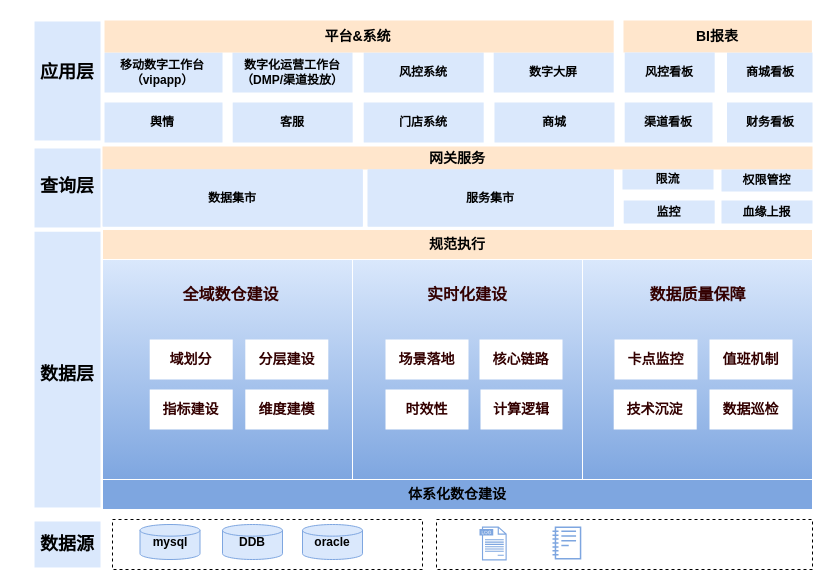
The draw.io diagram 流量模型设计.drawio in mineminemine123/work-wiki, before the edit. Source tidied: cells renumbered, new cells numbered last; positions are measured from the earlier drawing's top-left corner, leaving out a move shared by most shapes. Both pictures are drawn from the tidied source at 100%, with x=0, y=0 at pixel (17, 19).
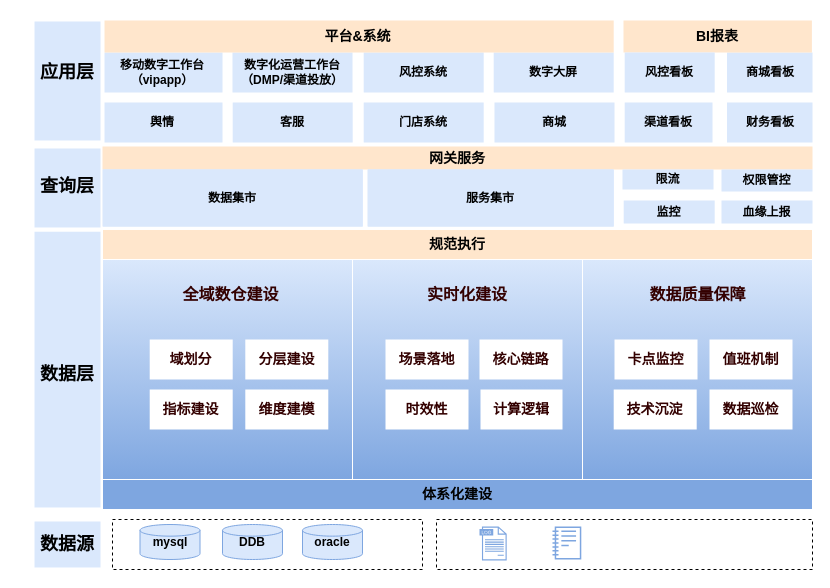
Above is the later version.

Commit message:
更新流量模型设计.drawio

The edit, as a diff of the source:
```diff
@@
-    <mxCell id="33" value="&lt;span&gt;&lt;font style=&quot;font-size: 14px;&quot;&gt;体系化数仓建设&lt;/font&gt;&lt;/span&gt;" style="rounded=0;whiteSpace=wrap;html=1;fillStyle=auto;strokeColor=#FFFFFF;strokeWidth=1;fontFamily=微软雅黑;fillColor=#7EA6E0;fontStyle=1;" parent="1" vertex="1">
+    <mxCell id="33" value="&lt;span&gt;&lt;font style=&quot;font-size: 14px;&quot;&gt;体系化建设&lt;/font&gt;&lt;/span&gt;" style="rounded=0;whiteSpace=wrap;html=1;fillStyle=auto;strokeColor=#FFFFFF;strokeWidth=1;fontFamily=微软雅黑;fillColor=#7EA6E0;fontStyle=1;" parent="1" vertex="1">
       <mxGeometry x="85" y="460" width="710" height="30" as="geometry" />
     </mxCell>
```
